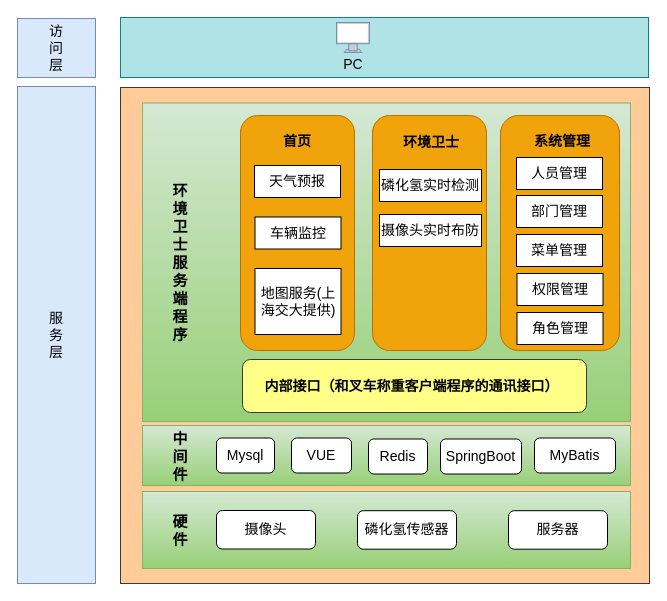
Jayden-Fan/hello-world keeps this draw.io diagram as 环境卫士.drawio. Above is the earlier version. Source tidied: cells renumbered, new cells numbered last; positions are measured from the earlier drawing's top-left corner, leaving out a move shared by most shapes. Both pictures are drawn from the tidied source at 100%, with x=0, y=0 at pixel (17, 17).
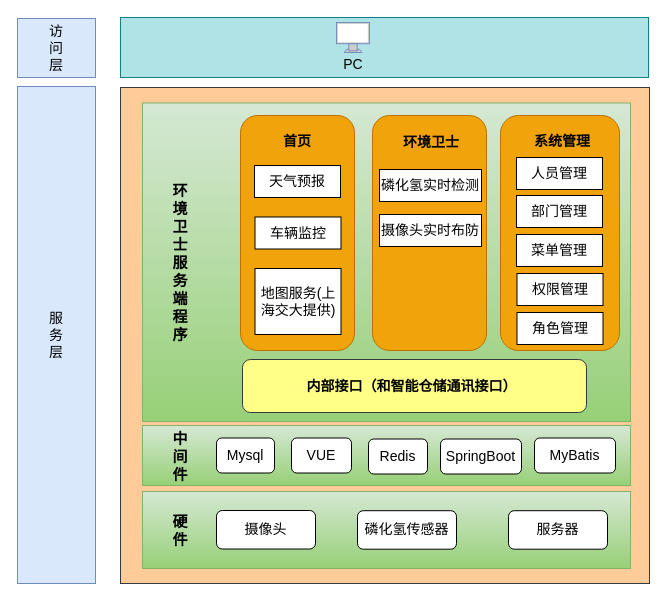
The same page after the edit.

Commit message:
更新环境卫士.drawio

What changed in the source:
```diff
@@
-    <mxCell id="17" value="内部接口（和叉车称重客户端程序的通讯接口）" style="text;html=1;strokeColor=none;fillColor=none;align=center;verticalAlign=middle;whiteSpace=wrap;rounded=0;fontSize=14;fontStyle=1;" parent="1" vertex="1">
+    <mxCell id="17" value="内部接口（和智能仓储通讯接口）" style="text;html=1;strokeColor=none;fillColor=none;align=center;verticalAlign=middle;whiteSpace=wrap;rounded=0;fontSize=14;fontStyle=1;" parent="1" vertex="1">
       <mxGeometry x="242" y="353.5" width="305" height="30" as="geometry" />
     </mxCell>
```
